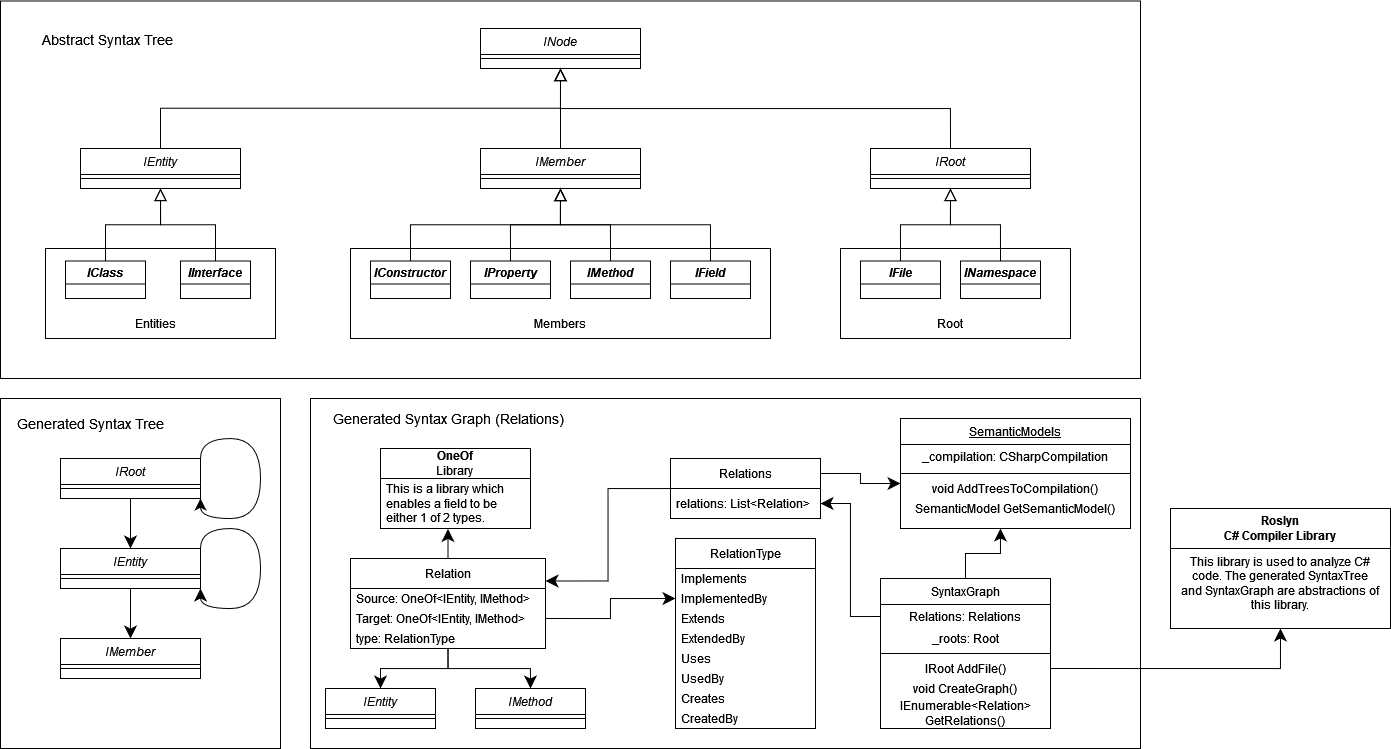
PatternPal/PatternPal keeps this draw.io diagram as docs/dev/technical/images/syntax_graph_uml.png. Above is the earlier version. Source tidied: cells renumbered, new cells last; positions are measured from the earlier drawing's top-left corner, leaving out a move shared by most shapes.
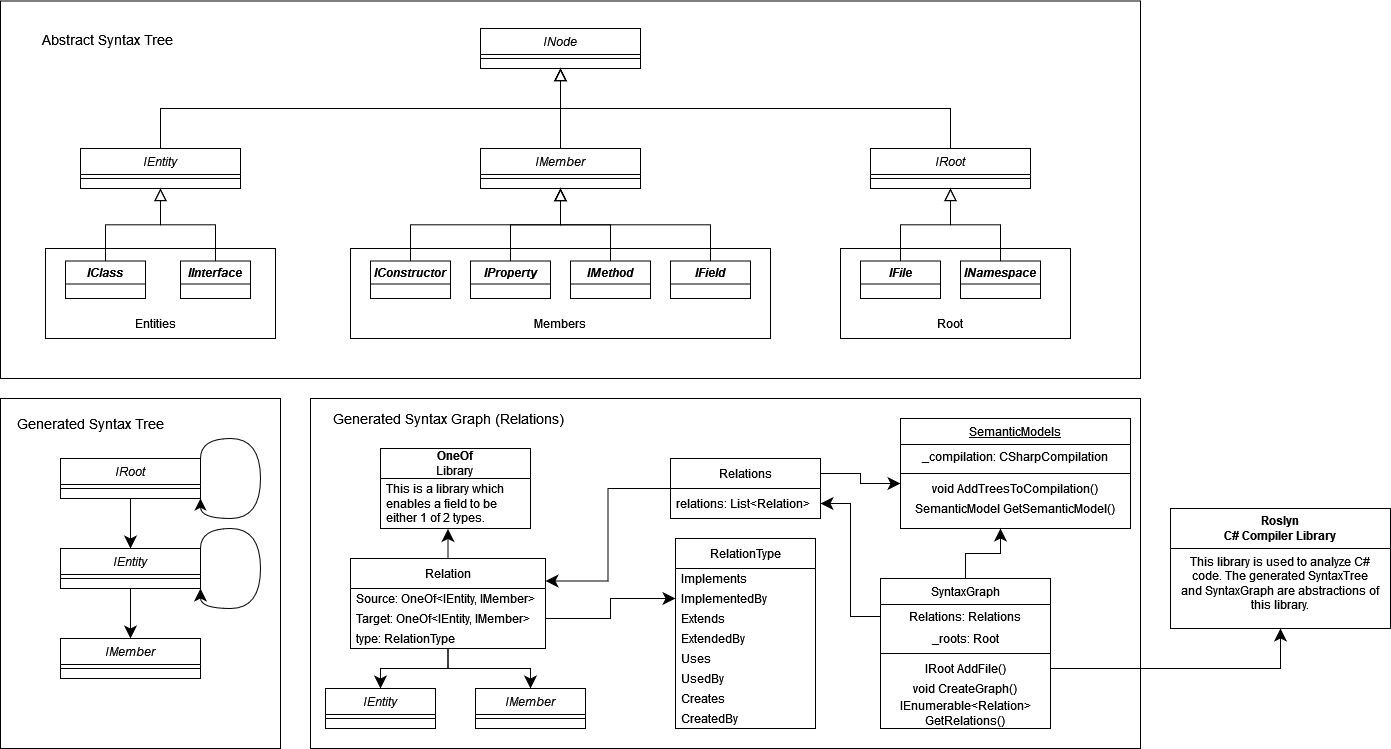
After the change.

Diff of the diagram source:
```diff
@@ -199,10 +199,10 @@
     <mxCell id="58" value="Relation" style="swimlane;fontStyle=0;horizontal=1;startSize=30;whiteSpace=wrap;html=1;" parent="1" vertex="1">
       <mxGeometry x="350" y="558" width="195" height="90" as="geometry" />
     </mxCell>
-    <mxCell id="59" value="Source: OneOf&amp;lt;IEntity, IMethod&amp;gt;" style="text;strokeColor=none;fillColor=none;align=left;verticalAlign=middle;spacingLeft=4;spacingRight=4;overflow=hidden;whiteSpace=wrap;html=1;" parent="58" vertex="1">
+    <mxCell id="59" value="Source: OneOf&amp;lt;IEntity, IMember&amp;gt;" style="text;strokeColor=none;fillColor=none;align=left;verticalAlign=middle;spacingLeft=4;spacingRight=4;overflow=hidden;whiteSpace=wrap;html=1;" parent="58" vertex="1">
       <mxGeometry y="30" width="195" height="20" as="geometry" />
     </mxCell>
-    <mxCell id="60" value="Target: OneOf&amp;lt;IEntity, IMethod&amp;gt;" style="text;strokeColor=none;fillColor=none;align=left;verticalAlign=middle;spacingLeft=4;spacingRight=4;overflow=hidden;points=[[0,0.5],[1,0.5]];portConstraint=eastwest;whiteSpace=wrap;html=1;" parent="58" vertex="1">
+    <mxCell id="60" value="Target: OneOf&amp;lt;IEntity, IMember&amp;gt;" style="text;strokeColor=none;fillColor=none;align=left;verticalAlign=middle;spacingLeft=4;spacingRight=4;overflow=hidden;points=[[0,0.5],[1,0.5]];portConstraint=eastwest;whiteSpace=wrap;html=1;" parent="58" vertex="1">
       <mxGeometry y="50" width="195" height="20" as="geometry" />
     </mxCell>
     <mxCell id="61" value="type: RelationType" style="text;strokeColor=none;fillColor=none;align=left;verticalAlign=middle;spacingLeft=4;spacingRight=4;overflow=hidden;whiteSpace=wrap;html=1;" parent="58" vertex="1">
@@ -244,7 +244,7 @@
     <mxCell id="73" style="line;html=1;strokeWidth=1;align=left;verticalAlign=middle;spacingTop=-1;spacingLeft=3;spacingRight=3;labelPosition=right;" parent="72" vertex="1">
       <mxGeometry y="26" width="110" height="8" as="geometry" />
     </mxCell>
-    <mxCell id="74" value="IMethod" style="swimlane;fontStyle=2;align=center;verticalAlign=top;horizontal=1;startSize=26;rounded=0;shadow=0;strokeWidth=1;" parent="1" vertex="1">
+    <mxCell id="74" value="IMember" style="swimlane;fontStyle=2;align=center;verticalAlign=top;horizontal=1;startSize=26;rounded=0;shadow=0;strokeWidth=1;" parent="1" vertex="1">
       <mxGeometry x="475" y="688" width="110" height="40" as="geometry" />
     </mxCell>
     <mxCell id="75" style="line;html=1;strokeWidth=1;align=left;verticalAlign=middle;spacingTop=-1;spacingLeft=3;spacingRight=3;labelPosition=right;" parent="74" vertex="1">
```
